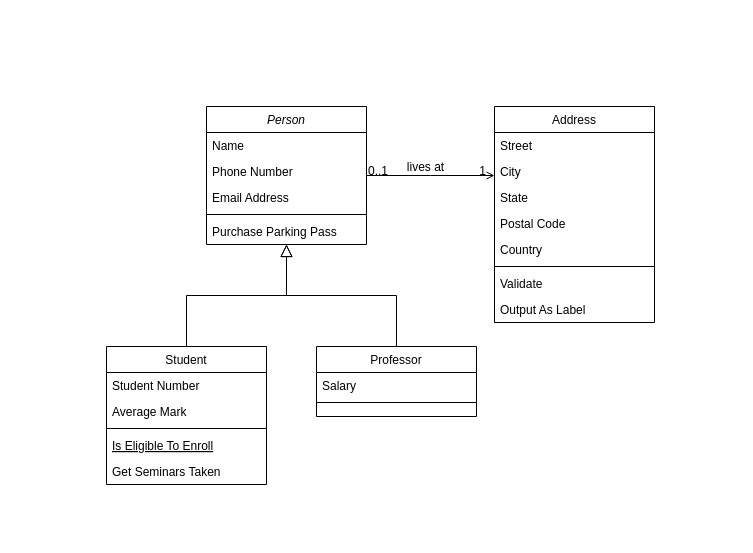
Earlier version of the draw.io diagram Desenvolvimento-Back-End/bloco-21-funcoes-sql-joins-e-normalizacao/dia-3-transformando-ideias-em-um-modelo-de-banco-de-dados/Diagrama sem nome.drawio (andremarquezz/Course-TrybeExercicios). Source tidied: cells renumbered, new cells numbered last; positions are measured from the earlier drawing's top-left corner, leaving out a move shared by most shapes. Both pictures are drawn from the tidied source at 100%, with x=0, y=0 at pixel (106, 106).
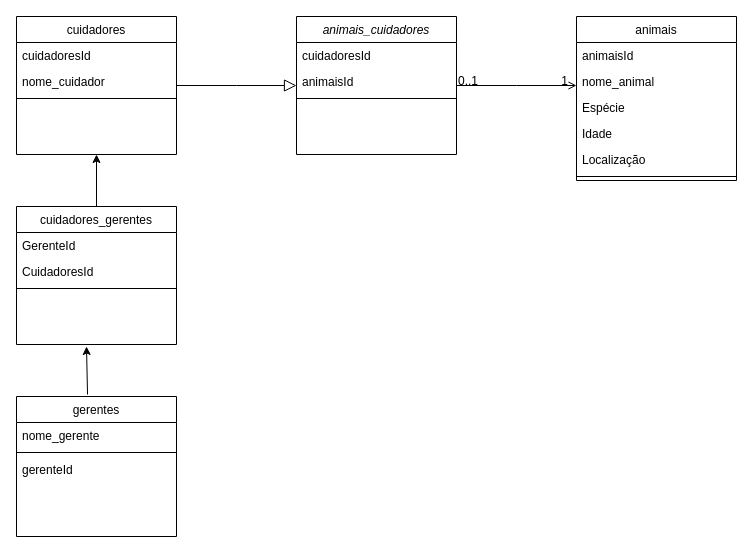
Above is the later version.

Unchanged cells that the change refers to:
```xml
<mxCell id="28" style="endArrow=open;shadow=0;strokeWidth=1;rounded=0;endFill=1;edgeStyle=elbowEdgeStyle;elbow=vertical;" parent="1" edge="1" source="2" target="19">
  <mxGeometry x="0.5" y="41" relative="1" as="geometry">
    <mxPoint x="-40" y="32" as="offset" />
  </mxGeometry>
</mxCell>
```

What changed in the source:
```diff
@@
-    <mxCell id="2" value="Person" style="swimlane;fontStyle=2;align=center;verticalAlign=top;horizontal=1;startSize=26;rounded=0;shadow=0;strokeWidth=1;" parent="1" vertex="1">
-      <mxGeometry x="100" width="160" height="138" as="geometry" />
+    <mxCell id="2" value="animais_cuidadores" style="swimlane;fontStyle=2;align=center;verticalAlign=top;horizontal=1;startSize=26;rounded=0;shadow=0;strokeWidth=1;" parent="1" vertex="1">
+      <mxGeometry x="190" y="-90" width="160" height="138" as="geometry" />
     </mxCell>
-    <mxCell id="3" value="Name" style="text;align=left;verticalAlign=top;spacingLeft=4;spacingRight=4;overflow=hidden;" parent="2" vertex="1">
+    <mxCell id="3" value="cuidadoresId" style="text;align=left;verticalAlign=top;spacingLeft=4;spacingRight=4;overflow=hidden;" parent="2" vertex="1">
       <mxGeometry y="26" width="160" height="26" as="geometry" />
     </mxCell>
-    <mxCell id="4" value="Phone Number" style="text;align=left;verticalAlign=top;spacingLeft=4;spacingRight=4;overflow=hidden;rounded=0;shadow=0;html=0;" parent="2" vertex="1">
+    <mxCell id="4" value="animaisId" style="text;align=left;verticalAlign=top;spacingLeft=4;spacingRight=4;overflow=hidden;rounded=0;shadow=0;html=0;" parent="2" vertex="1">
       <mxGeometry y="52" width="160" height="26" as="geometry" />
     </mxCell>
-    <mxCell id="5" value="Email Address" style="text;align=left;verticalAlign=top;spacingLeft=4;spacingRight=4;overflow=hidden;rounded=0;shadow=0;html=0;" parent="2" vertex="1">
-      <mxGeometry y="78" width="160" height="26" as="geometry" />
-    </mxCell>
     <mxCell id="6" style="line;html=1;strokeWidth=1;align=left;verticalAlign=middle;spacingTop=-1;spacingLeft=3;spacingRight=3;labelPosition=right;" parent="2" vertex="1">
-      <mxGeometry y="104" width="160" height="8" as="geometry" />
+      <mxGeometry y="78" width="160" height="8" as="geometry" />
     </mxCell>
-    <mxCell id="7" value="Purchase Parking Pass" style="text;align=left;verticalAlign=top;spacingLeft=4;spacingRight=4;overflow=hidden;" parent="2" vertex="1">
-      <mxGeometry y="112" width="160" height="26" as="geometry" />
-    </mxCell>
-    <mxCell id="8" value="Student" style="swimlane;fontStyle=0;align=center;verticalAlign=top;horizontal=1;startSize=26;rounded=0;shadow=0;strokeWidth=1;" parent="1" vertex="1">
-      <mxGeometry y="240" width="160" height="138" as="geometry" />
+    <mxCell id="8" value="cuidadores" style="swimlane;fontStyle=0;align=center;verticalAlign=top;horizontal=1;startSize=26;rounded=0;shadow=0;strokeWidth=1;" parent="1" vertex="1">
+      <mxGeometry x="-90" y="-90" width="160" height="138" as="geometry" />
     </mxCell>
-    <mxCell id="9" value="Student Number" style="text;align=left;verticalAlign=top;spacingLeft=4;spacingRight=4;overflow=hidden;" parent="8" vertex="1">
+    <mxCell id="9" value="cuidadoresId" style="text;align=left;verticalAlign=top;spacingLeft=4;spacingRight=4;overflow=hidden;" parent="8" vertex="1">
       <mxGeometry y="26" width="160" height="26" as="geometry" />
     </mxCell>
-    <mxCell id="10" value="Average Mark" style="text;align=left;verticalAlign=top;spacingLeft=4;spacingRight=4;overflow=hidden;rounded=0;shadow=0;html=0;" parent="8" vertex="1">
+    <mxCell id="10" value="nome_cuidador" style="text;align=left;verticalAlign=top;spacingLeft=4;spacingRight=4;overflow=hidden;rounded=0;shadow=0;html=0;" parent="8" vertex="1">
       <mxGeometry y="52" width="160" height="26" as="geometry" />
     </mxCell>
@@
-    <mxCell id="12" value="Is Eligible To Enroll" style="text;align=left;verticalAlign=top;spacingLeft=4;spacingRight=4;overflow=hidden;fontStyle=4;" parent="8" vertex="1">
-      <mxGeometry y="86" width="160" height="26" as="geometry" />
-    </mxCell>
-    <mxCell id="13" value="Get Seminars Taken" style="text;align=left;verticalAlign=top;spacingLeft=4;spacingRight=4;overflow=hidden;" parent="8" vertex="1">
-      <mxGeometry y="112" width="160" height="26" as="geometry" />
-    </mxCell>
@@
-    <mxCell id="15" value="Professor" style="swimlane;fontStyle=0;align=center;verticalAlign=top;horizontal=1;startSize=26;rounded=0;shadow=0;strokeWidth=1;" parent="1" vertex="1">
-      <mxGeometry x="210" y="240" width="160" height="70" as="geometry" />
+    <mxCell id="15" value="gerentes" style="swimlane;fontStyle=0;align=center;verticalAlign=top;horizontal=1;startSize=26;rounded=0;shadow=0;strokeWidth=1;" parent="1" vertex="1">
+      <mxGeometry x="-90" y="290" width="160" height="140" as="geometry" />
     </mxCell>
-    <mxCell id="16" value="Salary" style="text;align=left;verticalAlign=top;spacingLeft=4;spacingRight=4;overflow=hidden;" parent="15" vertex="1">
+    <mxCell id="16" value="nome_gerente" style="text;align=left;verticalAlign=top;spacingLeft=4;spacingRight=4;overflow=hidden;" parent="15" vertex="1">
       <mxGeometry y="26" width="160" height="26" as="geometry" />
     </mxCell>
@@
-    <mxCell id="18" style="endArrow=block;endSize=10;endFill=0;shadow=0;strokeWidth=1;rounded=0;edgeStyle=elbowEdgeStyle;elbow=vertical;" parent="1" edge="1" source="15" target="2">
-      <mxGeometry relative="1" as="geometry" />
-    </mxCell>
+    <mxCell id="32" value="gerenteId" style="text;align=left;verticalAlign=top;spacingLeft=4;spacingRight=4;overflow=hidden;" parent="15" vertex="1">
+      <mxGeometry y="60" width="160" height="64" as="geometry" />
+    </mxCell>
-    <mxCell id="19" value="Address" style="swimlane;fontStyle=0;align=center;verticalAlign=top;horizontal=1;startSize=26;rounded=0;shadow=0;strokeWidth=1;" parent="1" vertex="1">
-      <mxGeometry x="388" width="160" height="216" as="geometry" />
+    <mxCell id="19" value="animais" style="swimlane;fontStyle=0;align=center;verticalAlign=top;horizontal=1;startSize=26;rounded=0;shadow=0;strokeWidth=1;" parent="1" vertex="1">
+      <mxGeometry x="470" y="-90" width="160" height="164" as="geometry" />
     </mxCell>
-    <mxCell id="20" value="Street" style="text;align=left;verticalAlign=top;spacingLeft=4;spacingRight=4;overflow=hidden;" parent="19" vertex="1">
+    <mxCell id="20" value="animaisId" style="text;align=left;verticalAlign=top;spacingLeft=4;spacingRight=4;overflow=hidden;" parent="19" vertex="1">
       <mxGeometry y="26" width="160" height="26" as="geometry" />
     </mxCell>
-    <mxCell id="21" value="City" style="text;align=left;verticalAlign=top;spacingLeft=4;spacingRight=4;overflow=hidden;rounded=0;shadow=0;html=0;" parent="19" vertex="1">
+    <mxCell id="21" value="nome_animal" style="text;align=left;verticalAlign=top;spacingLeft=4;spacingRight=4;overflow=hidden;rounded=0;shadow=0;html=0;" parent="19" vertex="1">
       <mxGeometry y="52" width="160" height="26" as="geometry" />
     </mxCell>
-    <mxCell id="22" value="State" style="text;align=left;verticalAlign=top;spacingLeft=4;spacingRight=4;overflow=hidden;rounded=0;shadow=0;html=0;" parent="19" vertex="1">
+    <mxCell id="22" value="Espécie" style="text;align=left;verticalAlign=top;spacingLeft=4;spacingRight=4;overflow=hidden;rounded=0;shadow=0;html=0;" parent="19" vertex="1">
       <mxGeometry y="78" width="160" height="26" as="geometry" />
     </mxCell>
-    <mxCell id="23" value="Postal Code" style="text;align=left;verticalAlign=top;spacingLeft=4;spacingRight=4;overflow=hidden;rounded=0;shadow=0;html=0;" parent="19" vertex="1">
+    <mxCell id="23" value="Idade" style="text;align=left;verticalAlign=top;spacingLeft=4;spacingRight=4;overflow=hidden;rounded=0;shadow=0;html=0;" parent="19" vertex="1">
       <mxGeometry y="104" width="160" height="26" as="geometry" />
     </mxCell>
-    <mxCell id="24" value="Country" style="text;align=left;verticalAlign=top;spacingLeft=4;spacingRight=4;overflow=hidden;rounded=0;shadow=0;html=0;" parent="19" vertex="1">
+    <mxCell id="24" value="Localização" style="text;align=left;verticalAlign=top;spacingLeft=4;spacingRight=4;overflow=hidden;rounded=0;shadow=0;html=0;" parent="19" vertex="1">
       <mxGeometry y="130" width="160" height="26" as="geometry" />
     </mxCell>
@@
-    <mxCell id="26" value="Validate" style="text;align=left;verticalAlign=top;spacingLeft=4;spacingRight=4;overflow=hidden;" parent="19" vertex="1">
-      <mxGeometry y="164" width="160" height="26" as="geometry" />
-    </mxCell>
-    <mxCell id="27" value="Output As Label" style="text;align=left;verticalAlign=top;spacingLeft=4;spacingRight=4;overflow=hidden;" parent="19" vertex="1">
-      <mxGeometry y="190" width="160" height="26" as="geometry" />
-    </mxCell>
@@
-    <mxCell id="31" value="lives at" style="text;html=1;align=center;verticalAlign=middle;labelBackgroundColor=none;rounded=0;shadow=0;strokeWidth=1;fontSize=12;" parent="28" vertex="1">
-      <mxGeometry x="0.5" y="49" relative="1" as="geometry">
-        <mxPoint x="-38" y="40" as="offset" />
-      </mxGeometry>
-    </mxCell>
+    <mxCell id="33" value="cuidadores_gerentes" style="swimlane;fontStyle=0;align=center;verticalAlign=top;horizontal=1;startSize=26;rounded=0;shadow=0;strokeWidth=1;" parent="1" vertex="1">
+      <mxGeometry x="-90" y="100" width="160" height="138" as="geometry" />
+    </mxCell>
+    <mxCell id="34" value="GerenteId" style="text;align=left;verticalAlign=top;spacingLeft=4;spacingRight=4;overflow=hidden;" parent="33" vertex="1">
+      <mxGeometry y="26" width="160" height="26" as="geometry" />
+    </mxCell>
+    <mxCell id="35" value="CuidadoresId" style="text;align=left;verticalAlign=top;spacingLeft=4;spacingRight=4;overflow=hidden;rounded=0;shadow=0;html=0;" parent="33" vertex="1">
+      <mxGeometry y="52" width="160" height="26" as="geometry" />
+    </mxCell>
+    <mxCell id="36" style="line;html=1;strokeWidth=1;align=left;verticalAlign=middle;spacingTop=-1;spacingLeft=3;spacingRight=3;labelPosition=right;" parent="33" vertex="1">
+      <mxGeometry y="78" width="160" height="8" as="geometry" />
+    </mxCell>
+    <mxCell id="37" style="endArrow=classic;html=1;rounded=0;exitX=0.444;exitY=-0.014;exitDx=0;exitDy=0;exitPerimeter=0;" parent="1" edge="1" source="15">
+      <mxGeometry relative="1" as="geometry">
+        <mxPoint x="-20" y="240" as="targetPoint" />
+      </mxGeometry>
+    </mxCell>
+    <mxCell id="38" style="endArrow=classic;html=1;rounded=0;exitX=0.5;exitY=0;exitDx=0;exitDy=0;entryX=0.5;entryY=1;entryDx=0;entryDy=0;" parent="1" edge="1" source="33" target="8">
+      <mxGeometry relative="1" as="geometry" />
+    </mxCell>
```
